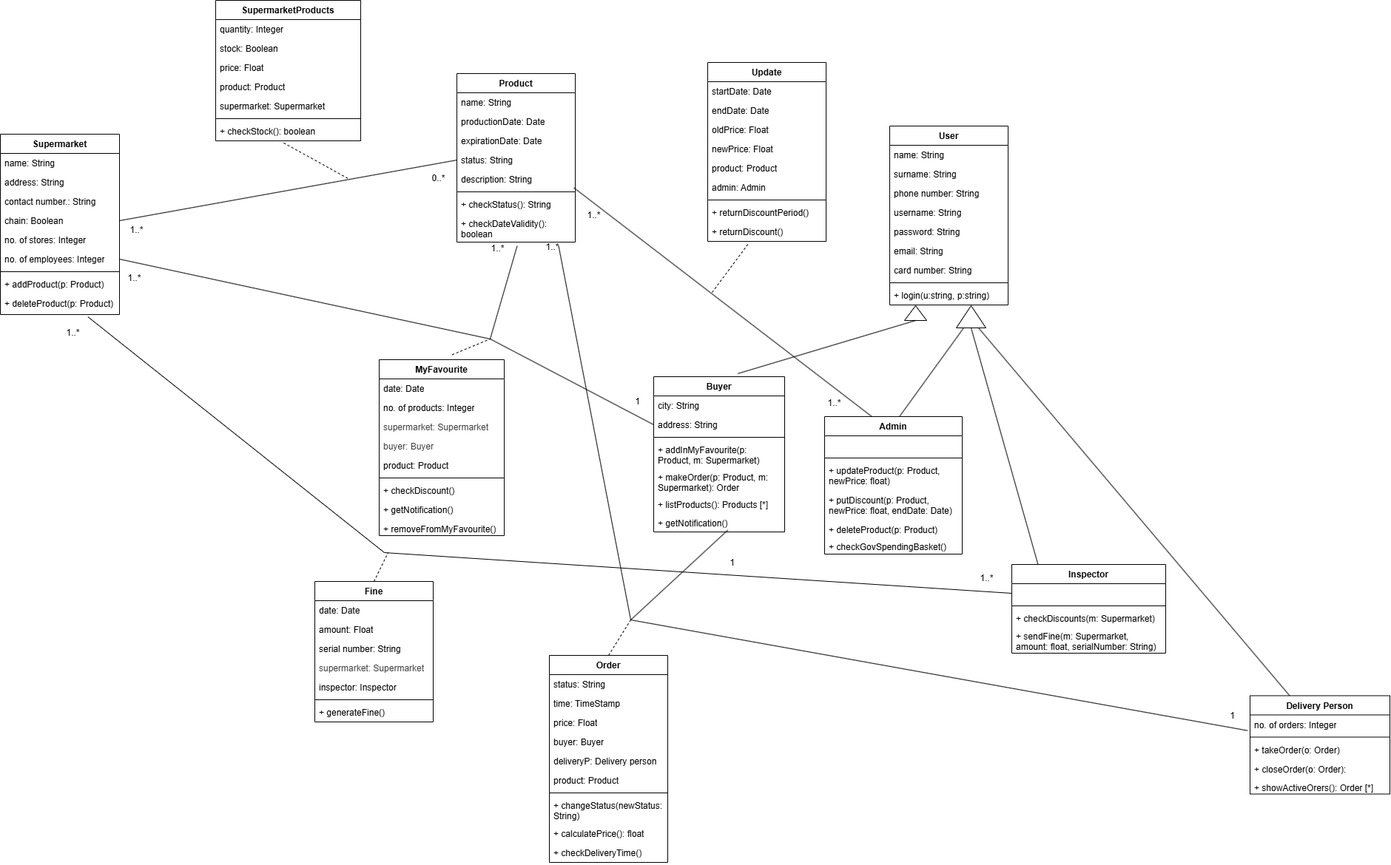
BorjanCFC/ADIS keeps this draw.io diagram as Seminarska/ClassDiagram.drawio.png. Above is the earlier version. Source tidied: cells renumbered, new cells last; positions are measured from the earlier drawing's top-left corner, leaving out a move shared by most shapes.
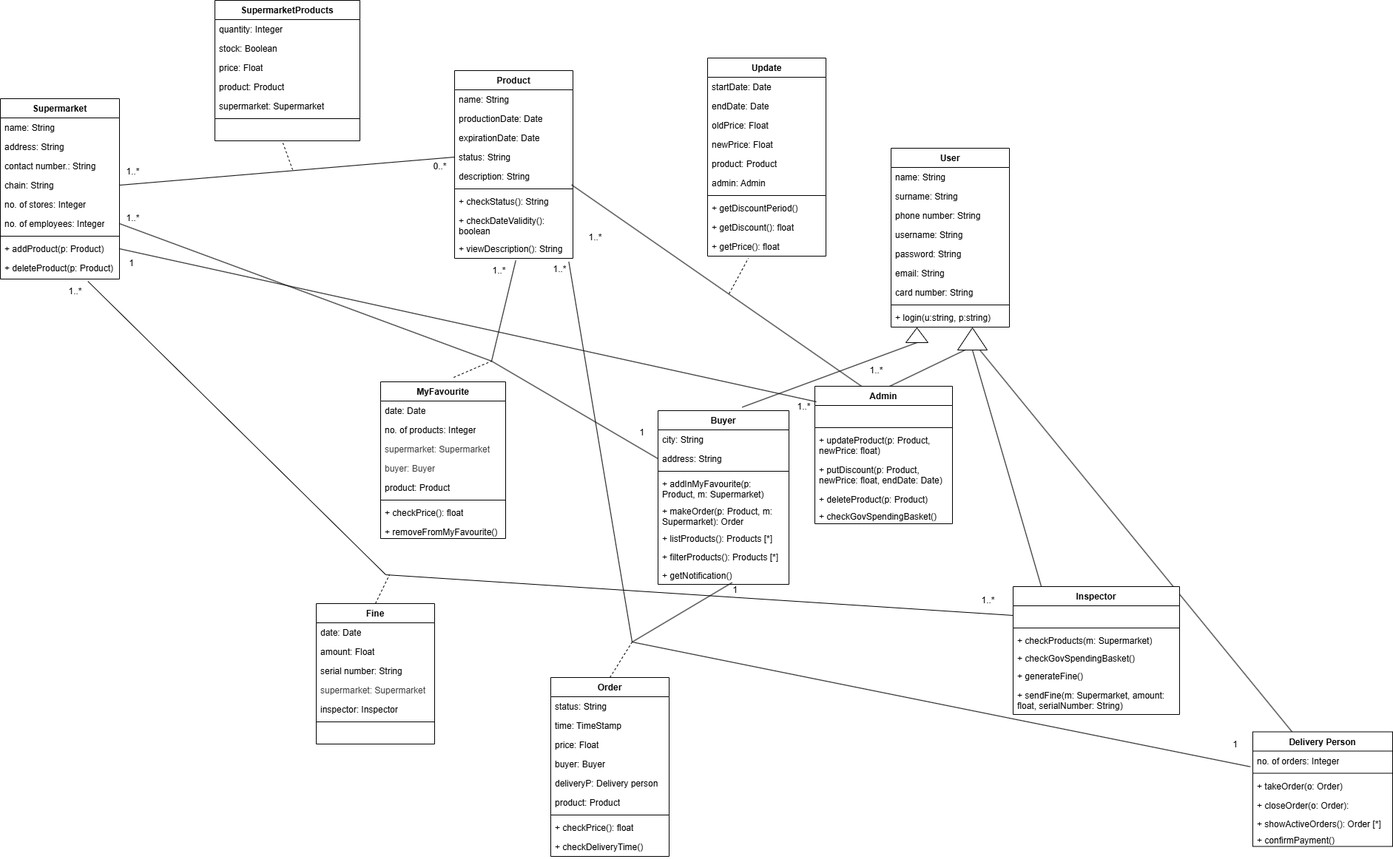
The same file after the commit.

Diff of the diagram source:
```diff
@@ -5,3 +5,3 @@
     <mxCell id="2" value="Supermarket" style="swimlane;fontStyle=1;align=center;verticalAlign=top;horizontal=1;startSize=26;whiteSpace=wrap;html=1;" parent="1" vertex="1">
-      <mxGeometry y="181" width="161" height="244" as="geometry" />
+      <mxGeometry x="-2" y="103" width="161" height="244" as="geometry" />
     </mxCell>
@@ -16,3 +16,3 @@
     </mxCell>
-    <mxCell id="6" value="chain: Boolean" style="text;strokeColor=none;fillColor=none;align=left;verticalAlign=top;spacingLeft=4;spacingRight=4;overflow=hidden;points=[[0,0.5],[1,0.5]];portConstraint=eastwest;whiteSpace=wrap;html=1;" parent="2" vertex="1">
+    <mxCell id="6" value="chain: String" style="text;strokeColor=none;fillColor=none;align=left;verticalAlign=top;spacingLeft=4;spacingRight=4;overflow=hidden;points=[[0,0.5],[1,0.5]];portConstraint=eastwest;whiteSpace=wrap;html=1;" parent="2" vertex="1">
       <mxGeometry y="104" width="161" height="26" as="geometry" />
@@ -35,3 +35,3 @@
     <mxCell id="12" value="Product" style="swimlane;fontStyle=1;align=center;verticalAlign=top;horizontal=1;startSize=26;whiteSpace=wrap;html=1;" parent="1" vertex="1">
-      <mxGeometry x="617" y="99" width="160" height="228" as="geometry" />
+      <mxGeometry x="612" y="65" width="160" height="254" as="geometry" />
     </mxCell>
@@ -61,2 +61,5 @@
     </mxCell>
+    <mxCell id="136" value="+ viewDescription(): String" style="text;strokeColor=none;fillColor=none;align=left;verticalAlign=top;spacingLeft=4;spacingRight=4;overflow=hidden;points=[[0,0.5],[1,0.5]];portConstraint=eastwest;whiteSpace=wrap;html=1;" parent="12" vertex="1">
+      <mxGeometry y="228" width="160" height="26" as="geometry" />
+    </mxCell>
     <mxCell id="21" style="endArrow=none;html=1;rounded=0;exitX=1;exitY=0.5;exitDx=0;exitDy=0;entryX=0;entryY=0.5;entryDx=0;entryDy=0;" parent="1" edge="1" source="6" target="16">
@@ -66,3 +69,3 @@
       <mxGeometry relative="1" as="geometry">
-        <mxPoint x="470" y="241" as="targetPoint" />
+        <mxPoint x="393" y="199" as="targetPoint" />
       </mxGeometry>
@@ -70,3 +73,3 @@
     <mxCell id="23" value="SupermarketProducts" style="swimlane;fontStyle=1;align=center;verticalAlign=top;horizontal=1;startSize=26;whiteSpace=wrap;html=1;" parent="1" vertex="1">
-      <mxGeometry x="291" width="196" height="190" as="geometry" />
+      <mxGeometry x="288" y="-30" width="196" height="190" as="geometry" />
     </mxCell>
@@ -90,3 +93,3 @@
     </mxCell>
-    <mxCell id="30" value="&lt;font&gt;+ checkStock(): boolean&lt;/font&gt;" style="text;strokeColor=none;fillColor=none;align=left;verticalAlign=top;spacingLeft=4;spacingRight=4;overflow=hidden;points=[[0,0.5],[1,0.5]];portConstraint=eastwest;whiteSpace=wrap;html=1;" parent="23" vertex="1">
+    <mxCell id="30" value="&amp;nbsp; &amp;nbsp; &amp;nbsp; &amp;nbsp; &amp;nbsp; &amp;nbsp; &amp;nbsp; &amp;nbsp; &amp;nbsp; &amp;nbsp; &amp;nbsp; &amp;nbsp; &amp;nbsp; &amp;nbsp; &amp;nbsp; &amp;nbsp; &amp;nbsp; &amp;nbsp; &amp;nbsp; &amp;nbsp; &amp;nbsp; &amp;nbsp; &amp;nbsp;&amp;nbsp;" style="text;strokeColor=none;fillColor=none;align=left;verticalAlign=top;spacingLeft=4;spacingRight=4;overflow=hidden;points=[[0,0.5],[1,0.5]];portConstraint=eastwest;whiteSpace=wrap;html=1;" parent="23" vertex="1">
       <mxGeometry y="164" width="196" height="26" as="geometry" />
@@ -94,6 +97,6 @@
     <mxCell id="31" value="0..*" style="text;html=1;align=center;verticalAlign=middle;strokeColor=none;fillColor=none;" parent="1" vertex="1">
-      <mxGeometry x="572" y="226" width="40" height="30" as="geometry" />
+      <mxGeometry x="572" y="180" width="40" height="30" as="geometry" />
     </mxCell>
     <mxCell id="32" value="1..*" style="text;html=1;align=center;verticalAlign=middle;strokeColor=none;fillColor=none;" parent="1" vertex="1">
-      <mxGeometry x="164" y="296" width="40" height="30" as="geometry" />
+      <mxGeometry x="157" y="187" width="40" height="30" as="geometry" />
     </mxCell>
@@ -145,3 +148,3 @@
     <mxCell id="48" value="Buyer" style="swimlane;fontStyle=1;align=center;verticalAlign=top;horizontal=1;startSize=26;whiteSpace=wrap;html=1;" parent="1" vertex="1">
-      <mxGeometry x="883" y="509" width="177" height="210" as="geometry" />
+      <mxGeometry x="887" y="525" width="177" height="235" as="geometry" />
     </mxCell>
@@ -165,4 +168,7 @@
     </mxCell>
+    <mxCell id="137" value="+ filterProducts(): Products [*]" style="text;strokeColor=none;fillColor=none;align=left;verticalAlign=top;spacingLeft=4;spacingRight=4;overflow=hidden;whiteSpace=wrap;html=1;" parent="48" vertex="1">
+      <mxGeometry y="185" width="177" height="25" as="geometry" />
+    </mxCell>
     <mxCell id="55" value="&lt;span style=&quot;color: rgb(0, 0, 0);&quot;&gt;+ getNotification()&lt;/span&gt;" style="text;strokeColor=none;fillColor=none;align=left;verticalAlign=top;spacingLeft=4;spacingRight=4;overflow=hidden;points=[[0,0.5],[1,0.5]];portConstraint=eastwest;whiteSpace=wrap;html=1;" parent="48" vertex="1">
-      <mxGeometry y="185" width="177" height="25" as="geometry" />
+      <mxGeometry y="210" width="177" height="25" as="geometry" />
     </mxCell>
@@ -178,3 +184,3 @@
     <mxCell id="59" value="1..*" style="text;html=1;align=center;verticalAlign=middle;strokeColor=none;fillColor=none;" parent="1" vertex="1">
-      <mxGeometry x="1107" y="530" width="40" height="30" as="geometry" />
+      <mxGeometry x="1162" y="456" width="40" height="30" as="geometry" />
     </mxCell>
@@ -182,3 +188,3 @@
       <mxGeometry relative="1" as="geometry">
-        <mxPoint x="962" y="395" as="sourcePoint" />
+        <mxPoint x="983" y="367" as="sourcePoint" />
       </mxGeometry>
@@ -186,3 +192,3 @@
     <mxCell id="61" value="Update" style="swimlane;fontStyle=1;align=center;verticalAlign=top;horizontal=1;startSize=26;whiteSpace=wrap;html=1;" parent="1" vertex="1">
-      <mxGeometry x="956" y="84" width="160" height="242" as="geometry" />
+      <mxGeometry x="954" y="48" width="160" height="268" as="geometry" />
     </mxCell>
@@ -209,7 +215,10 @@
     </mxCell>
-    <mxCell id="69" value="+ returnDiscountPeriod()" style="text;strokeColor=none;fillColor=none;align=left;verticalAlign=top;spacingLeft=4;spacingRight=4;overflow=hidden;whiteSpace=wrap;html=1;" parent="61" vertex="1">
+    <mxCell id="69" value="+ getDiscountPeriod()" style="text;strokeColor=none;fillColor=none;align=left;verticalAlign=top;spacingLeft=4;spacingRight=4;overflow=hidden;whiteSpace=wrap;html=1;" parent="61" vertex="1">
       <mxGeometry y="190" width="160" height="26" as="geometry" />
     </mxCell>
+    <mxCell id="138" value="+ getDiscount(): float" style="text;strokeColor=none;fillColor=none;align=left;verticalAlign=top;spacingLeft=4;spacingRight=4;overflow=hidden;whiteSpace=wrap;html=1;" parent="61" vertex="1">
+      <mxGeometry y="216" width="160" height="26" as="geometry" />
+    </mxCell>
-    <mxCell id="70" value="+ returnDiscount()" style="text;strokeColor=none;fillColor=none;align=left;verticalAlign=top;spacingLeft=4;spacingRight=4;overflow=hidden;points=[[0,0.5],[1,0.5]];portConstraint=eastwest;whiteSpace=wrap;html=1;" parent="61" vertex="1">
-      <mxGeometry y="216" width="160" height="26" as="geometry" />
+    <mxCell id="70" value="+ getPrice(): float" style="text;strokeColor=none;fillColor=none;align=left;verticalAlign=top;spacingLeft=4;spacingRight=4;overflow=hidden;points=[[0,0.5],[1,0.5]];portConstraint=eastwest;whiteSpace=wrap;html=1;" parent="61" vertex="1">
+      <mxGeometry y="242" width="160" height="26" as="geometry" />
     </mxCell>
@@ -226,3 +235,3 @@
     <mxCell id="73" value="1..*" style="text;html=1;align=center;verticalAlign=middle;strokeColor=none;fillColor=none;" parent="1" vertex="1">
-      <mxGeometry x="78" y="435" width="40" height="30" as="geometry" />
+      <mxGeometry x="79" y="349" width="40" height="30" as="geometry" />
     </mxCell>
@@ -249,3 +258,3 @@
     </mxCell>
-    <mxCell id="81" value="+ generateFine()" style="text;strokeColor=none;fillColor=none;align=left;verticalAlign=top;spacingLeft=4;spacingRight=4;overflow=hidden;whiteSpace=wrap;html=1;" parent="74" vertex="1">
+    <mxCell id="81" value="&amp;nbsp; &amp;nbsp; &amp;nbsp; &amp;nbsp; &amp;nbsp; &amp;nbsp; &amp;nbsp; &amp;nbsp; &amp;nbsp; &amp;nbsp; &amp;nbsp; &amp;nbsp; &amp;nbsp; &amp;nbsp; &amp;nbsp; &amp;nbsp;" style="text;strokeColor=none;fillColor=none;align=left;verticalAlign=top;spacingLeft=4;spacingRight=4;overflow=hidden;whiteSpace=wrap;html=1;" parent="74" vertex="1">
       <mxGeometry y="164" width="160" height="26" as="geometry" />
@@ -262,3 +271,3 @@
     </mxCell>
-    <mxCell id="84" style="endArrow=none;html=1;rounded=0;entryX=0.509;entryY=1.137;entryDx=0;entryDy=0;entryPerimeter=0;" parent="1" edge="1" target="20">
+    <mxCell id="84" style="endArrow=none;html=1;rounded=0;entryX=0.517;entryY=1.109;entryDx=0;entryDy=0;entryPerimeter=0;" parent="1" edge="1" target="136">
       <mxGeometry relative="1" as="geometry">
@@ -273,3 +282,3 @@
     <mxCell id="86" value="1..*" style="text;html=1;align=center;verticalAlign=middle;strokeColor=none;fillColor=none;" parent="1" vertex="1">
-      <mxGeometry x="161" y="361" width="40" height="30" as="geometry" />
+      <mxGeometry x="157" y="250" width="40" height="30" as="geometry" />
     </mxCell>
@@ -278,5 +287,2 @@
     </mxCell>
-    <mxCell id="88" value="1" style="text;html=1;align=center;verticalAlign=middle;strokeColor=none;fillColor=none;" parent="1" vertex="1">
-      <mxGeometry x="974" y="746" width="30" height="30" as="geometry" />
-    </mxCell>
     <mxCell id="89" style="endArrow=none;dashed=1;html=1;rounded=0;exitX=0.584;exitY=-0.028;exitDx=0;exitDy=0;exitPerimeter=0;" parent="1" edge="1" source="90">
@@ -287,3 +293,3 @@
     <mxCell id="90" value="MyFavourite" style="swimlane;fontStyle=1;align=center;verticalAlign=top;horizontal=1;startSize=26;whiteSpace=wrap;html=1;" parent="1" vertex="1">
-      <mxGeometry x="512" y="486" width="169" height="238" as="geometry" />
+      <mxGeometry x="512" y="486" width="169" height="212" as="geometry" />
     </mxCell>
@@ -307,12 +313,9 @@
     </mxCell>
-    <mxCell id="97" value="+ checkDiscount()" style="text;strokeColor=none;fillColor=none;align=left;verticalAlign=top;spacingLeft=4;spacingRight=4;overflow=hidden;whiteSpace=wrap;html=1;" parent="90" vertex="1">
+    <mxCell id="97" value="&lt;span style=&quot;color: rgb(0, 0, 0);&quot;&gt;+ checkPrice(): float&lt;/span&gt;" style="text;strokeColor=none;fillColor=none;align=left;verticalAlign=top;spacingLeft=4;spacingRight=4;overflow=hidden;whiteSpace=wrap;html=1;" parent="90" vertex="1">
       <mxGeometry y="164" width="169" height="26" as="geometry" />
     </mxCell>
-    <mxCell id="98" value="&lt;span style=&quot;color: rgb(0, 0, 0);&quot;&gt;+ getNotification()&lt;/span&gt;" style="text;strokeColor=none;fillColor=none;align=left;verticalAlign=top;spacingLeft=4;spacingRight=4;overflow=hidden;whiteSpace=wrap;html=1;" parent="90" vertex="1">
-      <mxGeometry y="190" width="169" height="26" as="geometry" />
-    </mxCell>
     <mxCell id="99" value="&lt;span style=&quot;color: rgb(0, 0, 0);&quot;&gt;+ removeFromMyFavourite()&lt;/span&gt;" style="text;strokeColor=none;fillColor=none;align=left;verticalAlign=top;spacingLeft=4;spacingRight=4;overflow=hidden;whiteSpace=wrap;html=1;" parent="90" vertex="1">
-      <mxGeometry y="216" width="169" height="22" as="geometry" />
+      <mxGeometry y="190" width="169" height="22" as="geometry" />
     </mxCell>
-    <mxCell id="100" style="endArrow=none;html=1;rounded=0;exitX=0.859;exitY=1.126;exitDx=0;exitDy=0;exitPerimeter=0;" parent="1" edge="1" source="20">
+    <mxCell id="100" style="endArrow=none;html=1;rounded=0;exitX=0.965;exitY=1.173;exitDx=0;exitDy=0;exitPerimeter=0;" parent="1" edge="1" source="136">
       <mxGeometry relative="1" as="geometry">
@@ -332,3 +335,3 @@
     <mxCell id="103" value="Order" style="swimlane;fontStyle=1;align=center;verticalAlign=top;horizontal=1;startSize=26;whiteSpace=wrap;html=1;" parent="1" vertex="1">
-      <mxGeometry x="742" y="886" width="160" height="280" as="geometry" />
+      <mxGeometry x="742" y="886" width="160" height="242" as="geometry" />
     </mxCell>
@@ -355,10 +358,7 @@
     </mxCell>
-    <mxCell id="111" value="+ changeStatus(newStatus: String)" style="text;strokeColor=none;fillColor=none;align=left;verticalAlign=top;spacingLeft=4;spacingRight=4;overflow=hidden;whiteSpace=wrap;html=1;" parent="103" vertex="1">
-      <mxGeometry y="190" width="160" height="38" as="geometry" />
-    </mxCell>
-    <mxCell id="112" value="+ calculatePrice(): float" style="text;strokeColor=none;fillColor=none;align=left;verticalAlign=top;spacingLeft=4;spacingRight=4;overflow=hidden;whiteSpace=wrap;html=1;" parent="103" vertex="1">
-      <mxGeometry y="228" width="160" height="26" as="geometry" />
+    <mxCell id="112" value="+ checkPrice(): float" style="text;strokeColor=none;fillColor=none;align=left;verticalAlign=top;spacingLeft=4;spacingRight=4;overflow=hidden;whiteSpace=wrap;html=1;" parent="103" vertex="1">
+      <mxGeometry y="190" width="160" height="26" as="geometry" />
     </mxCell>
     <mxCell id="113" value="+ checkDeliveryTime()" style="text;strokeColor=none;fillColor=none;align=left;verticalAlign=top;spacingLeft=4;spacingRight=4;overflow=hidden;whiteSpace=wrap;html=1;" parent="103" vertex="1">
-      <mxGeometry y="254" width="160" height="26" as="geometry" />
+      <mxGeometry y="216" width="160" height="26" as="geometry" />
     </mxCell>
@@ -370,3 +370,3 @@
     <mxCell id="115" value="Admin" style="swimlane;fontStyle=1;align=center;verticalAlign=top;horizontal=1;startSize=26;whiteSpace=wrap;html=1;" parent="1" vertex="1">
-      <mxGeometry x="1114" y="563" width="186" height="186" as="geometry" />
+      <mxGeometry x="1099" y="492" width="186" height="186" as="geometry" />
     </mxCell>
@@ -391,18 +391,24 @@
     <mxCell id="122" value="Inspector" style="swimlane;fontStyle=1;align=center;verticalAlign=top;horizontal=1;startSize=26;whiteSpace=wrap;html=1;" parent="1" vertex="1">
-      <mxGeometry x="1367" y="763" width="208" height="120" as="geometry" />
+      <mxGeometry x="1367" y="763" width="225" height="173" as="geometry" />
     </mxCell>
     <mxCell id="123" value="&amp;nbsp; &amp;nbsp; &amp;nbsp; &amp;nbsp; &amp;nbsp; &amp;nbsp; &amp;nbsp; &amp;nbsp; &amp;nbsp; &amp;nbsp; &amp;nbsp; &amp;nbsp; &amp;nbsp;" style="text;strokeColor=none;fillColor=none;align=left;verticalAlign=top;spacingLeft=4;spacingRight=4;overflow=hidden;points=[[0,0.5],[1,0.5]];portConstraint=eastwest;whiteSpace=wrap;html=1;" parent="122" vertex="1">
-      <mxGeometry y="26" width="208" height="26" as="geometry" />
+      <mxGeometry y="26" width="225" height="26" as="geometry" />
     </mxCell>
     <mxCell id="124" style="line;strokeWidth=1;fillColor=none;align=left;verticalAlign=middle;spacingTop=-1;spacingLeft=3;spacingRight=3;labelPosition=right;strokeColor=inherit;" parent="122" vertex="1">
-      <mxGeometry y="52" width="208" height="8" as="geometry" />
+      <mxGeometry y="52" width="225" height="8" as="geometry" />
     </mxCell>
-    <mxCell id="125" value="+ checkDiscounts(m: Supermarket)" style="text;strokeColor=none;fillColor=none;align=left;verticalAlign=top;spacingLeft=4;spacingRight=4;overflow=hidden;whiteSpace=wrap;html=1;" parent="122" vertex="1">
-      <mxGeometry y="60" width="208" height="24" as="geometry" />
+    <mxCell id="125" value="+ checkProducts(m: Supermarket)" style="text;strokeColor=none;fillColor=none;align=left;verticalAlign=top;spacingLeft=4;spacingRight=4;overflow=hidden;whiteSpace=wrap;html=1;" parent="122" vertex="1">
+      <mxGeometry y="60" width="225" height="24" as="geometry" />
     </mxCell>
+    <mxCell id="139" value="&lt;span style=&quot;color: rgb(0, 0, 0);&quot;&gt;+ checkGovSpendingBasket()&lt;/span&gt;" style="text;strokeColor=none;fillColor=none;align=left;verticalAlign=top;spacingLeft=4;spacingRight=4;overflow=hidden;whiteSpace=wrap;html=1;" parent="122" vertex="1">
+      <mxGeometry y="84" width="225" height="24" as="geometry" />
+    </mxCell>
+    <mxCell id="140" value="+ generateFine()" style="text;strokeColor=none;fillColor=none;align=left;verticalAlign=top;spacingLeft=4;spacingRight=4;overflow=hidden;whiteSpace=wrap;html=1;" parent="122" vertex="1">
+      <mxGeometry y="108" width="225" height="26" as="geometry" />
+    </mxCell>
     <mxCell id="126" value="&lt;font&gt;+ sendFine(m:&amp;nbsp;&lt;span style=&quot;color: rgb(0, 0, 0);&quot;&gt;Supermarket&lt;/span&gt;, amount: float, serialNumber: String)&lt;/font&gt;" style="text;strokeColor=none;fillColor=none;align=left;verticalAlign=top;spacingLeft=4;spacingRight=4;overflow=hidden;whiteSpace=wrap;html=1;" parent="122" vertex="1">
-      <mxGeometry y="84" width="208" height="36" as="geometry" />
+      <mxGeometry y="134" width="225" height="39" as="geometry" />
     </mxCell>
     <mxCell id="127" value="Delivery Person" style="swimlane;fontStyle=1;align=center;verticalAlign=top;horizontal=1;startSize=26;whiteSpace=wrap;html=1;" parent="1" vertex="1">
-      <mxGeometry x="1689" y="940.5" width="189" height="133" as="geometry" />
+      <mxGeometry x="1691" y="959.5" width="189" height="155" as="geometry" />
     </mxCell>
@@ -420,14 +426,29 @@
     </mxCell>
-    <mxCell id="132" value="+ showActiveOrers(): Order [*]" style="text;strokeColor=none;fillColor=none;align=left;verticalAlign=top;spacingLeft=4;spacingRight=4;overflow=hidden;whiteSpace=wrap;html=1;" parent="127" vertex="1">
+    <mxCell id="132" value="+ showActiveOrders(): Order [*]" style="text;strokeColor=none;fillColor=none;align=left;verticalAlign=top;spacingLeft=4;spacingRight=4;overflow=hidden;whiteSpace=wrap;html=1;" parent="127" vertex="1">
       <mxGeometry y="111" width="189" height="22" as="geometry" />
     </mxCell>
+    <mxCell id="141" value="+ confirmPayment()" style="text;strokeColor=none;fillColor=none;align=left;verticalAlign=top;spacingLeft=4;spacingRight=4;overflow=hidden;whiteSpace=wrap;html=1;" parent="127" vertex="1">
+      <mxGeometry y="133" width="189" height="22" as="geometry" />
+    </mxCell>
     <mxCell id="133" value="1..*" style="text;html=1;align=center;verticalAlign=middle;strokeColor=none;fillColor=none;" parent="1" vertex="1">
-      <mxGeometry x="728" y="321" width="36" height="26" as="geometry" />
+      <mxGeometry x="736" y="321" width="36" height="26" as="geometry" />
     </mxCell>
     <mxCell id="134" value="1" style="text;html=1;align=center;verticalAlign=middle;strokeColor=none;fillColor=none;" parent="1" vertex="1">
-      <mxGeometry x="848" y="530" width="25" height="26" as="geometry" />
+      <mxGeometry x="852" y="542" width="25" height="26" as="geometry" />
     </mxCell>
     <mxCell id="135" value="1" style="text;html=1;align=center;verticalAlign=middle;strokeColor=none;fillColor=none;" parent="1" vertex="1">
-      <mxGeometry x="1652" y="955" width="25" height="26" as="geometry" />
+      <mxGeometry x="1654" y="964" width="25" height="26" as="geometry" />
     </mxCell>
+    <mxCell id="142" style="endArrow=none;html=1;rounded=0;exitX=1;exitY=0.5;exitDx=0;exitDy=0;entryX=0.011;entryY=0.113;entryDx=0;entryDy=0;entryPerimeter=0;" parent="1" edge="1" source="10" target="115">
+      <mxGeometry relative="1" as="geometry" />
+    </mxCell>
+    <mxCell id="143" value="1" style="text;html=1;align=center;verticalAlign=middle;strokeColor=none;fillColor=none;" parent="1" vertex="1">
+      <mxGeometry x="162" y="313" width="25" height="26" as="geometry" />
+    </mxCell>
+    <mxCell id="144" value="1..*" style="text;html=1;align=center;verticalAlign=middle;strokeColor=none;fillColor=none;" parent="1" vertex="1">
+      <mxGeometry x="1064" y="505" width="40" height="30" as="geometry" />
+    </mxCell>
+    <mxCell id="145" value="1" style="text;html=1;align=center;verticalAlign=middle;strokeColor=none;fillColor=none;" parent="1" vertex="1">
+      <mxGeometry x="978" y="755" width="25" height="26" as="geometry" />
+    </mxCell>
   </root>
```
